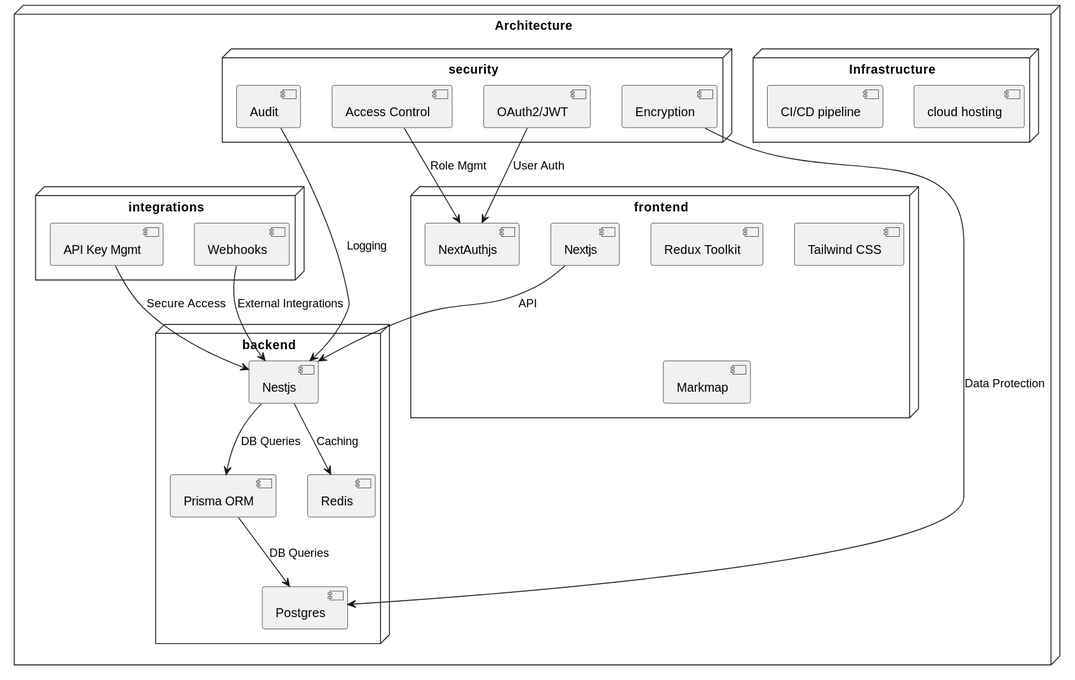
pgaljan/atlas keeps this PlantUML diagram as img/arch.svg. Above is the earlier version.
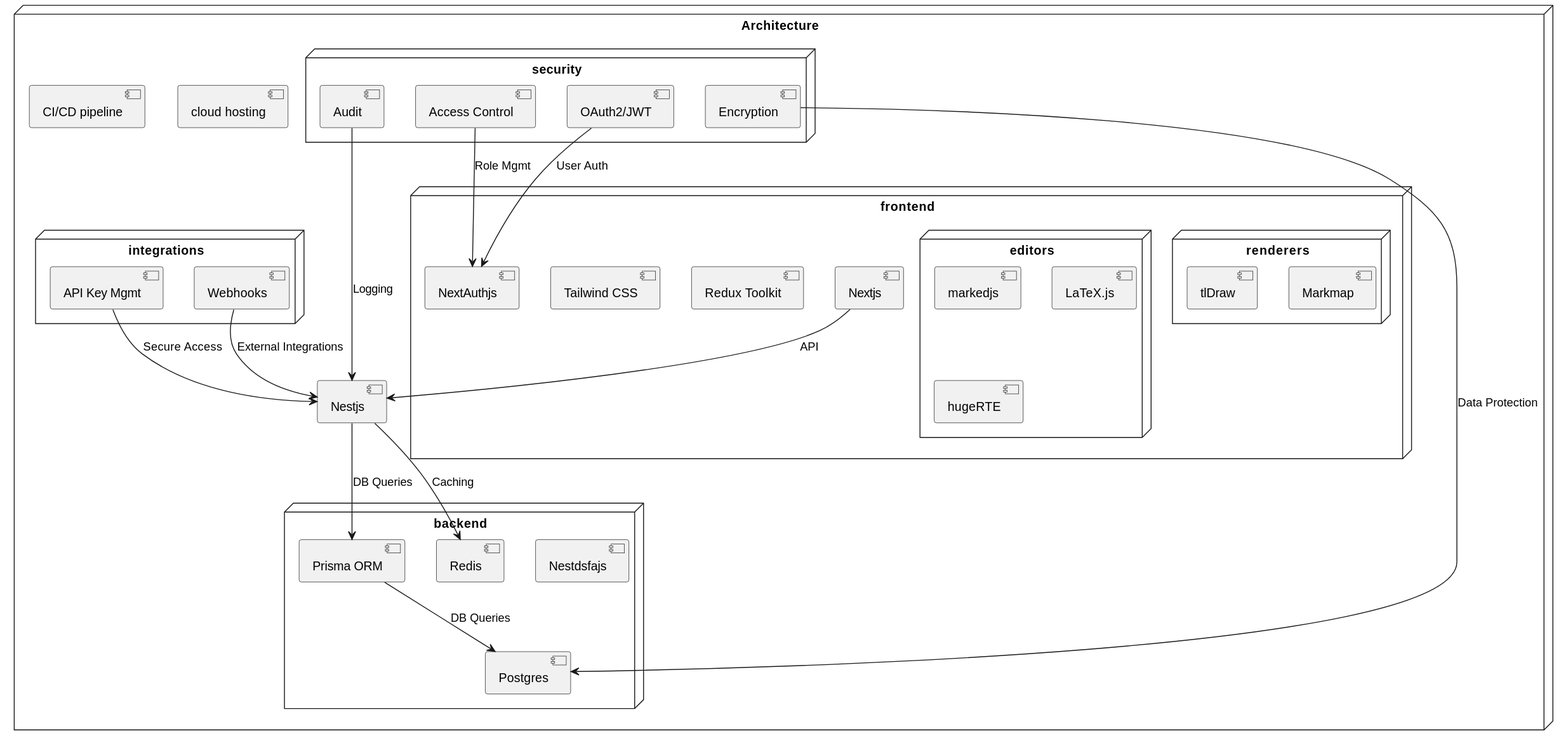
The same diagram one commit later.

What changed in the source:
```diff
@@ -1,31 +1,38 @@
 @startuml
     node "Architecture" {
-        node "Infrastructure" {
-            [cloud hosting]
-            [CI/CD pipeline]
+        [cloud hosting]
+        [CI/CD pipeline]
+
+    node "security"{
+        [Access Control]
+        [Encryption]
+        [OAuth2/JWT]
+        [Audit]
+    }
+    node "frontend"{
+        node "renderers"{
+            [Markmap]
+            [tlDraw]
         }
-        node "security"{
-            [Access Control]
-            [Encryption]
-            [OAuth2/JWT]
-            [Audit]
+        [Nextjs]
+        [Redux Toolkit]
+        [Tailwind CSS]
+        [NextAuthjs]
+        node "editors"{
+        [markedjs]
+        [LaTeX.js]
+        [hugeRTE]
         }
-        node "frontend"{
-            [Nextjs]
-            [Redux Toolkit]
-            [Tailwind CSS]
-            [Markmap]
-            [NextAuthjs]
-        }
-        node "backend"{
-            [Nestjs]
-            [Prisma ORM]
-            [Postgres]
-            [Redis]
-        }
-        node "integrations"{
-            [API Key Mgmt]
-            [Webhooks]
+    }
+    node "backend"{
+        [Nestdsfajs]
+        [Prisma ORM]
+        [Postgres]
+        [Redis]
+    }
+    node "integrations"{
+        [API Key Mgmt]
+        [Webhooks]
     }
 
     [Encryption] --> [Postgres]: Data Protection
```
